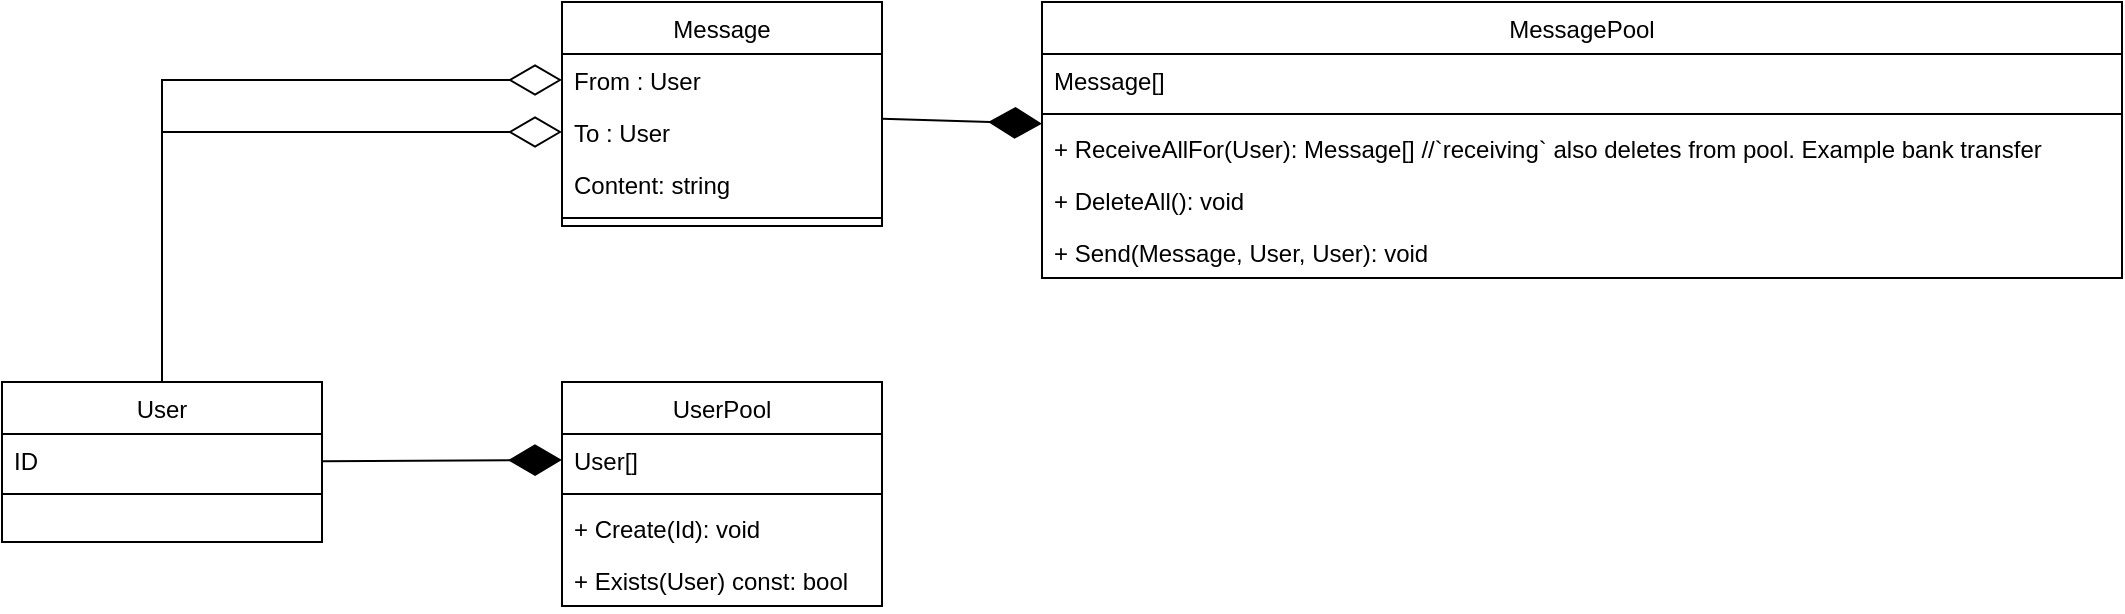
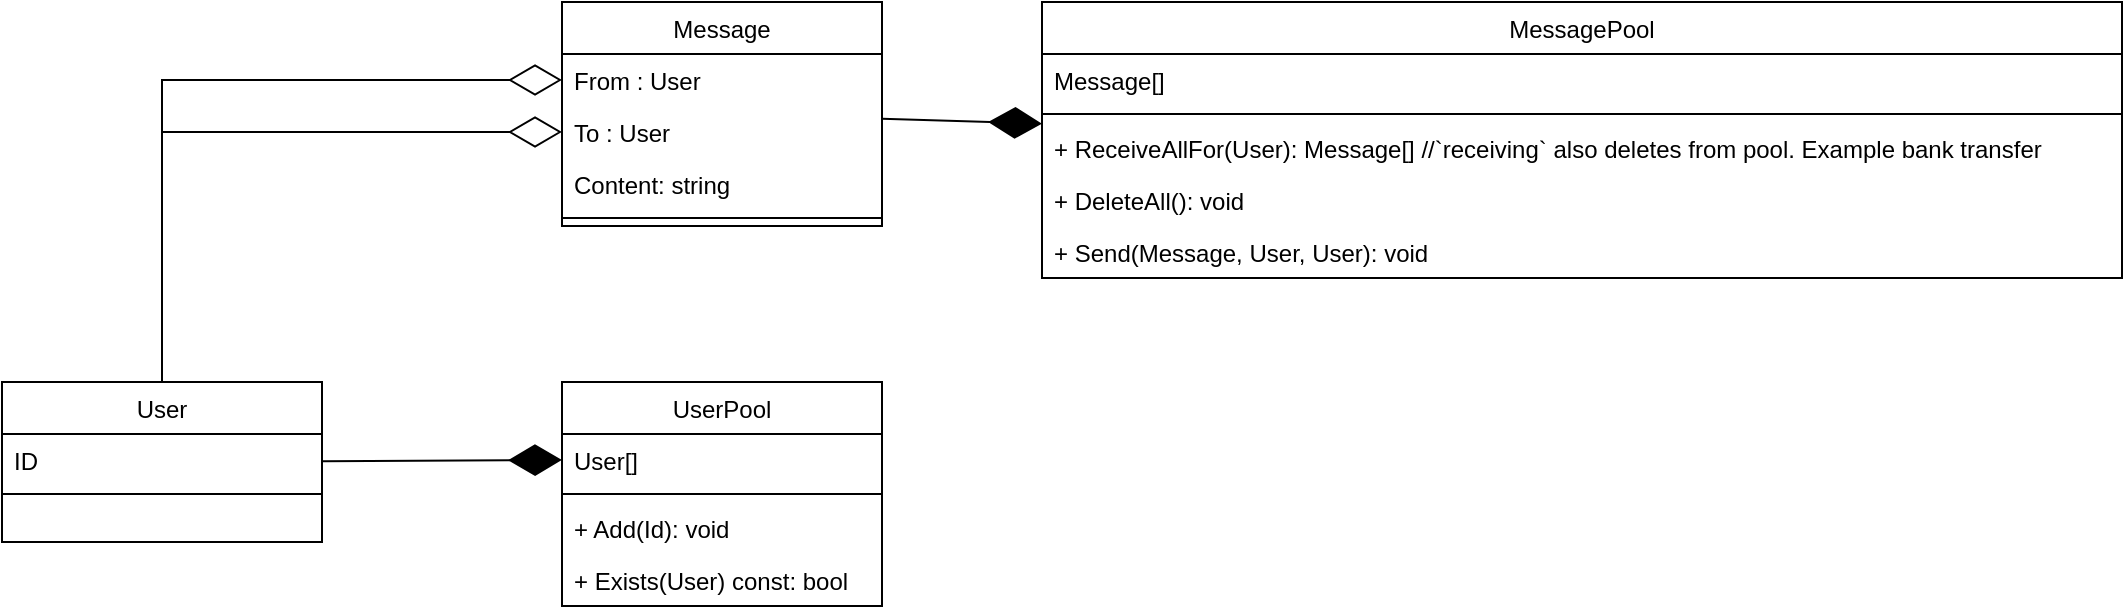
<mxfile host="app.diagrams.net">
  <diagram id="C5RBs43oDa-KdzZeNtuy" name="Page-1">
    <mxGraphModel dx="2241" dy="743" grid="1" gridSize="10" guides="1" tooltips="1" connect="1" arrows="1" fold="1" page="1" pageScale="1" pageWidth="827" pageHeight="1169" math="0" shadow="0">
      <root>
        <mxCell id="WIyWlLk6GJQsqaUBKTNV-0" />
        <mxCell id="WIyWlLk6GJQsqaUBKTNV-1" parent="WIyWlLk6GJQsqaUBKTNV-0" />
        <mxCell id="zkfFHV4jXpPFQw0GAbJ--0" parent="WIyWlLk6GJQsqaUBKTNV-1" style="swimlane;fontStyle=0;align=center;verticalAlign=top;childLayout=stackLayout;horizontal=1;startSize=26;horizontalStack=0;resizeParent=1;resizeLast=0;collapsible=1;marginBottom=0;rounded=0;shadow=0;strokeWidth=1;" value="User" vertex="1">
          <mxGeometry height="80" width="160" x="-350" y="320" as="geometry">
            <mxRectangle height="26" width="160" x="230" y="140" as="alternateBounds" />
          </mxGeometry>
        </mxCell>
        <mxCell id="zkfFHV4jXpPFQw0GAbJ--1" parent="zkfFHV4jXpPFQw0GAbJ--0" style="text;align=left;verticalAlign=top;spacingLeft=4;spacingRight=4;overflow=hidden;rotatable=0;points=[[0,0.5],[1,0.5]];portConstraint=eastwest;" value="ID" vertex="1">
          <mxGeometry height="26" width="160" y="26" as="geometry" />
        </mxCell>
        <mxCell id="zkfFHV4jXpPFQw0GAbJ--4" parent="zkfFHV4jXpPFQw0GAbJ--0" style="line;html=1;strokeWidth=1;align=left;verticalAlign=middle;spacingTop=-1;spacingLeft=3;spacingRight=3;rotatable=0;labelPosition=right;points=[];portConstraint=eastwest;" value="" vertex="1">
          <mxGeometry height="8" width="160" y="52" as="geometry" />
        </mxCell>
        <mxCell id="-3tJNCjm7L6PnxAvqzmT-0" parent="WIyWlLk6GJQsqaUBKTNV-1" style="swimlane;fontStyle=0;align=center;verticalAlign=top;childLayout=stackLayout;horizontal=1;startSize=26;horizontalStack=0;resizeParent=1;resizeLast=0;collapsible=1;marginBottom=0;rounded=0;shadow=0;strokeWidth=1;" value="Message" vertex="1">
          <mxGeometry height="112" width="160" x="-70" y="130" as="geometry">
            <mxRectangle height="26" width="160" x="230" y="140" as="alternateBounds" />
          </mxGeometry>
        </mxCell>
        <mxCell id="-3tJNCjm7L6PnxAvqzmT-1" parent="-3tJNCjm7L6PnxAvqzmT-0" style="text;align=left;verticalAlign=top;spacingLeft=4;spacingRight=4;overflow=hidden;rotatable=0;points=[[0,0.5],[1,0.5]];portConstraint=eastwest;" value="From : User" vertex="1">
          <mxGeometry height="26" width="160" y="26" as="geometry" />
        </mxCell>
        <mxCell id="-3tJNCjm7L6PnxAvqzmT-9" parent="-3tJNCjm7L6PnxAvqzmT-0" style="text;align=left;verticalAlign=top;spacingLeft=4;spacingRight=4;overflow=hidden;rotatable=0;points=[[0,0.5],[1,0.5]];portConstraint=eastwest;" value="To : User" vertex="1">
          <mxGeometry height="26" width="160" y="52" as="geometry" />
        </mxCell>
        <mxCell id="-3tJNCjm7L6PnxAvqzmT-8" parent="-3tJNCjm7L6PnxAvqzmT-0" style="text;align=left;verticalAlign=top;spacingLeft=4;spacingRight=4;overflow=hidden;rotatable=0;points=[[0,0.5],[1,0.5]];portConstraint=eastwest;" value="Content: string" vertex="1">
          <mxGeometry height="26" width="160" y="78" as="geometry" />
        </mxCell>
        <mxCell id="-3tJNCjm7L6PnxAvqzmT-2" parent="-3tJNCjm7L6PnxAvqzmT-0" style="line;html=1;strokeWidth=1;align=left;verticalAlign=middle;spacingTop=-1;spacingLeft=3;spacingRight=3;rotatable=0;labelPosition=right;points=[];portConstraint=eastwest;" value="" vertex="1">
          <mxGeometry height="8" width="160" y="104" as="geometry" />
        </mxCell>
        <mxCell id="-3tJNCjm7L6PnxAvqzmT-3" parent="WIyWlLk6GJQsqaUBKTNV-1" style="swimlane;fontStyle=0;align=center;verticalAlign=top;childLayout=stackLayout;horizontal=1;startSize=26;horizontalStack=0;resizeParent=1;resizeLast=0;collapsible=1;marginBottom=0;rounded=0;shadow=0;strokeWidth=1;" value="UserPool" vertex="1">
          <mxGeometry height="112" width="160" x="-70" y="320" as="geometry">
            <mxRectangle height="26" width="160" x="230" y="140" as="alternateBounds" />
          </mxGeometry>
        </mxCell>
        <mxCell id="-3tJNCjm7L6PnxAvqzmT-4" parent="-3tJNCjm7L6PnxAvqzmT-3" style="text;align=left;verticalAlign=top;spacingLeft=4;spacingRight=4;overflow=hidden;rotatable=0;points=[[0,0.5],[1,0.5]];portConstraint=eastwest;" value="User[]" vertex="1">
          <mxGeometry height="26" width="160" y="26" as="geometry" />
        </mxCell>
        <mxCell id="-3tJNCjm7L6PnxAvqzmT-5" parent="-3tJNCjm7L6PnxAvqzmT-3" style="line;html=1;strokeWidth=1;align=left;verticalAlign=middle;spacingTop=-1;spacingLeft=3;spacingRight=3;rotatable=0;labelPosition=right;points=[];portConstraint=eastwest;" value="" vertex="1">
          <mxGeometry height="8" width="160" y="52" as="geometry" />
        </mxCell>
-         <mxCell id="-3tJNCjm7L6PnxAvqzmT-21" parent="-3tJNCjm7L6PnxAvqzmT-3" style="text;align=left;verticalAlign=top;spacingLeft=4;spacingRight=4;overflow=hidden;rotatable=0;points=[[0,0.5],[1,0.5]];portConstraint=eastwest;" value="+ Create(Id): void" vertex="1">
+         <mxCell id="-3tJNCjm7L6PnxAvqzmT-21" parent="-3tJNCjm7L6PnxAvqzmT-3" style="text;align=left;verticalAlign=top;spacingLeft=4;spacingRight=4;overflow=hidden;rotatable=0;points=[[0,0.5],[1,0.5]];portConstraint=eastwest;" value="+ Add(Id): void" vertex="1">
          <mxGeometry height="26" width="160" y="60" as="geometry" />
        </mxCell>
        <mxCell id="-3tJNCjm7L6PnxAvqzmT-7" parent="-3tJNCjm7L6PnxAvqzmT-3" style="text;align=left;verticalAlign=top;spacingLeft=4;spacingRight=4;overflow=hidden;rotatable=0;points=[[0,0.5],[1,0.5]];portConstraint=eastwest;" value="+ Exists(User) const: bool" vertex="1">
          <mxGeometry height="26" width="160" y="86" as="geometry" />
        </mxCell>
        <mxCell id="-3tJNCjm7L6PnxAvqzmT-6" edge="1" parent="WIyWlLk6GJQsqaUBKTNV-1" source="zkfFHV4jXpPFQw0GAbJ--0" style="endArrow=diamondThin;endFill=1;endSize=24;html=1;rounded=0;entryX=0;entryY=0.5;entryDx=0;entryDy=0;" target="-3tJNCjm7L6PnxAvqzmT-4" value="">
          <mxGeometry relative="1" width="160" as="geometry">
            <mxPoint x="-150" y="310" as="sourcePoint" />
            <mxPoint x="10" y="310" as="targetPoint" />
          </mxGeometry>
        </mxCell>
        <mxCell id="-3tJNCjm7L6PnxAvqzmT-10" edge="1" parent="WIyWlLk6GJQsqaUBKTNV-1" source="zkfFHV4jXpPFQw0GAbJ--0" style="endArrow=diamondThin;endFill=0;endSize=24;html=1;rounded=0;entryX=0;entryY=0.5;entryDx=0;entryDy=0;edgeStyle=orthogonalEdgeStyle;" target="-3tJNCjm7L6PnxAvqzmT-1" value="">
          <mxGeometry relative="1" width="160" as="geometry">
            <mxPoint x="-320" y="210" as="sourcePoint" />
            <mxPoint x="-160" y="210" as="targetPoint" />
          </mxGeometry>
        </mxCell>
        <mxCell id="-3tJNCjm7L6PnxAvqzmT-11" edge="1" parent="WIyWlLk6GJQsqaUBKTNV-1" source="zkfFHV4jXpPFQw0GAbJ--0" style="endArrow=diamondThin;endFill=0;endSize=24;html=1;rounded=0;entryX=0;entryY=0.5;entryDx=0;entryDy=0;edgeStyle=orthogonalEdgeStyle;" target="-3tJNCjm7L6PnxAvqzmT-9" value="">
          <mxGeometry relative="1" width="160" as="geometry">
            <mxPoint x="-310" y="611" as="sourcePoint" />
            <mxPoint x="-110" y="460" as="targetPoint" />
          </mxGeometry>
        </mxCell>
        <mxCell id="-3tJNCjm7L6PnxAvqzmT-12" parent="WIyWlLk6GJQsqaUBKTNV-1" style="swimlane;fontStyle=0;align=center;verticalAlign=top;childLayout=stackLayout;horizontal=1;startSize=26;horizontalStack=0;resizeParent=1;resizeLast=0;collapsible=1;marginBottom=0;rounded=0;shadow=0;strokeWidth=1;" value="MessagePool" vertex="1">
          <mxGeometry height="138" width="540" x="170" y="130" as="geometry">
            <mxRectangle height="26" width="160" x="230" y="140" as="alternateBounds" />
          </mxGeometry>
        </mxCell>
        <mxCell id="-3tJNCjm7L6PnxAvqzmT-15" parent="-3tJNCjm7L6PnxAvqzmT-12" style="text;align=left;verticalAlign=top;spacingLeft=4;spacingRight=4;overflow=hidden;rotatable=0;points=[[0,0.5],[1,0.5]];portConstraint=eastwest;" value="Message[]" vertex="1">
          <mxGeometry height="26" width="540" y="26" as="geometry" />
        </mxCell>
        <mxCell id="-3tJNCjm7L6PnxAvqzmT-16" parent="-3tJNCjm7L6PnxAvqzmT-12" style="line;html=1;strokeWidth=1;align=left;verticalAlign=middle;spacingTop=-1;spacingLeft=3;spacingRight=3;rotatable=0;labelPosition=right;points=[];portConstraint=eastwest;" value="" vertex="1">
          <mxGeometry height="8" width="540" y="52" as="geometry" />
        </mxCell>
        <mxCell id="-3tJNCjm7L6PnxAvqzmT-18" parent="-3tJNCjm7L6PnxAvqzmT-12" style="text;align=left;verticalAlign=top;spacingLeft=4;spacingRight=4;overflow=hidden;rotatable=0;points=[[0,0.5],[1,0.5]];portConstraint=eastwest;" value="+ ReceiveAllFor(User): Message[] //`receiving` also deletes from pool. Example bank transfer" vertex="1">
          <mxGeometry height="26" width="540" y="60" as="geometry" />
        </mxCell>
        <mxCell id="-3tJNCjm7L6PnxAvqzmT-19" parent="-3tJNCjm7L6PnxAvqzmT-12" style="text;align=left;verticalAlign=top;spacingLeft=4;spacingRight=4;overflow=hidden;rotatable=0;points=[[0,0.5],[1,0.5]];portConstraint=eastwest;" value="+ DeleteAll(): void" vertex="1">
          <mxGeometry height="26" width="540" y="86" as="geometry" />
        </mxCell>
        <mxCell id="-3tJNCjm7L6PnxAvqzmT-20" parent="-3tJNCjm7L6PnxAvqzmT-12" style="text;align=left;verticalAlign=top;spacingLeft=4;spacingRight=4;overflow=hidden;rotatable=0;points=[[0,0.5],[1,0.5]];portConstraint=eastwest;" value="+ Send(Message, User, User): void" vertex="1">
          <mxGeometry height="26" width="540" y="112" as="geometry" />
        </mxCell>
        <mxCell id="-3tJNCjm7L6PnxAvqzmT-17" edge="1" parent="WIyWlLk6GJQsqaUBKTNV-1" source="-3tJNCjm7L6PnxAvqzmT-0" style="endArrow=diamondThin;endFill=1;endSize=24;html=1;rounded=0;" target="-3tJNCjm7L6PnxAvqzmT-12" value="">
          <mxGeometry relative="1" width="160" as="geometry">
            <mxPoint x="150" y="451" as="sourcePoint" />
            <mxPoint x="270" y="450" as="targetPoint" />
          </mxGeometry>
        </mxCell>
      </root>
    </mxGraphModel>
  </diagram>
</mxfile>
